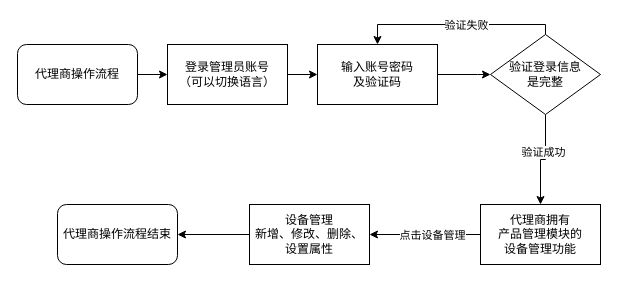
This is 代理商.drawio from liangqingnice/liangqingnice, a draw.io file, before an edit. Source tidied: cells renumbered, new cells numbered last; positions are measured from the earlier drawing's top-left corner, leaving out a move shared by most shapes. Both pictures are drawn from the tidied source at 100%, with x=0, y=0 at pixel (17, 24).
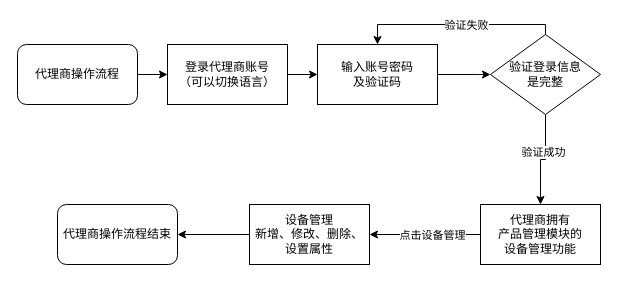
After the change.

Commit message (it also covers changes not shown here):
更新代理商.drawio

The edit, as a diff of the source:
```diff
@@
-    <mxCell id="12" value="登录管理员账号&lt;br&gt;（可以切换语言）" style="rounded=0;whiteSpace=wrap;html=1;" parent="1" vertex="1">
+    <mxCell id="12" value="登录代理商账号&lt;br&gt;（可以切换语言）" style="rounded=0;whiteSpace=wrap;html=1;" parent="1" vertex="1">
       <mxGeometry x="150" y="20" width="120" height="60" as="geometry" />
     </mxCell>
```
